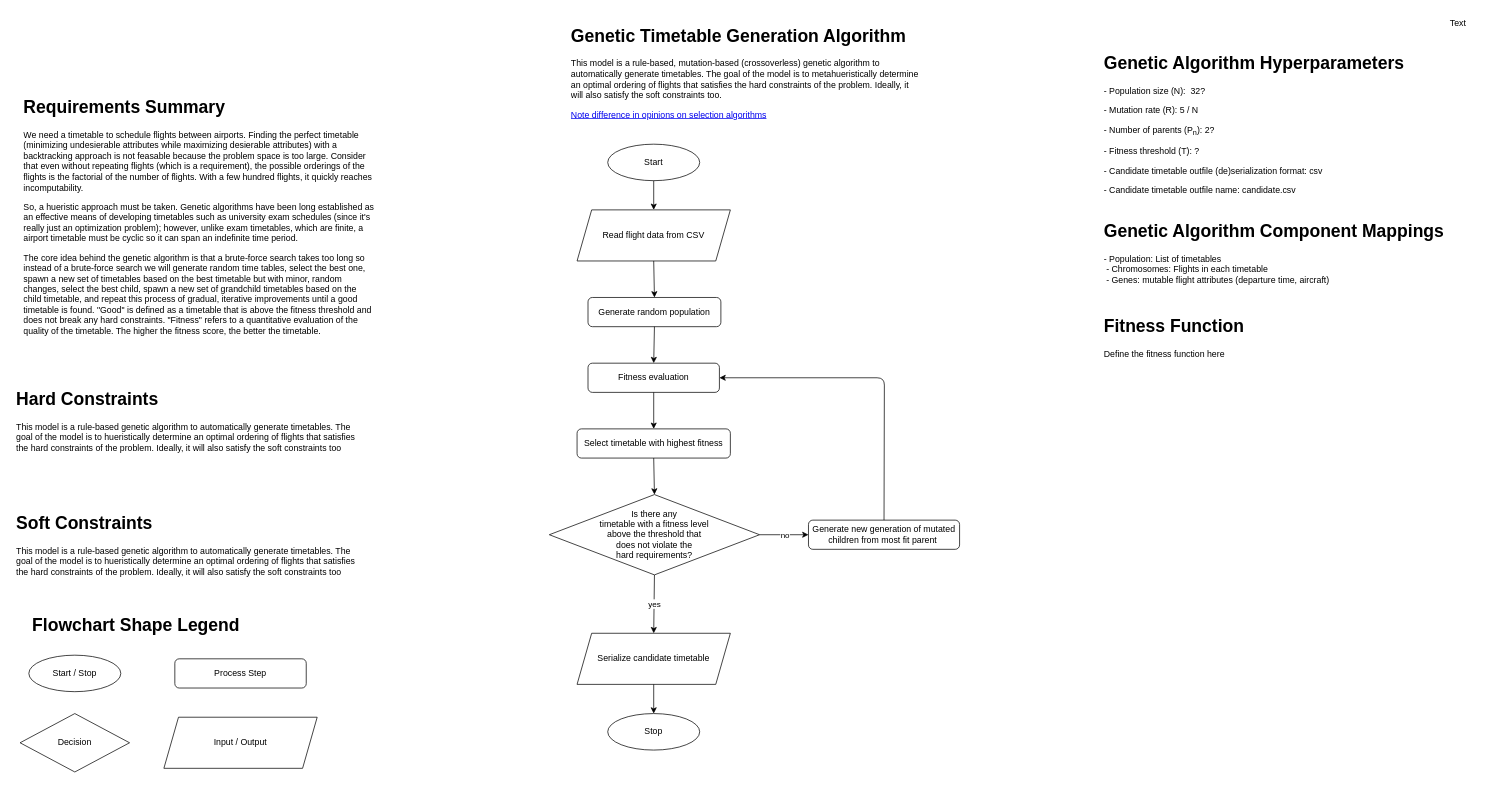
Earlier version of the draw.io diagram docs/diagrams/genetic_algorithm.drawio (CoreyMLawrence/Comfort-Airlines). Source tidied: cells renumbered, new cells numbered last; positions are measured from the earlier drawing's top-left corner, leaving out a move shared by most shapes. Both pictures are drawn from the tidied source at 73%, with x=0, y=0 at pixel (12, 12).
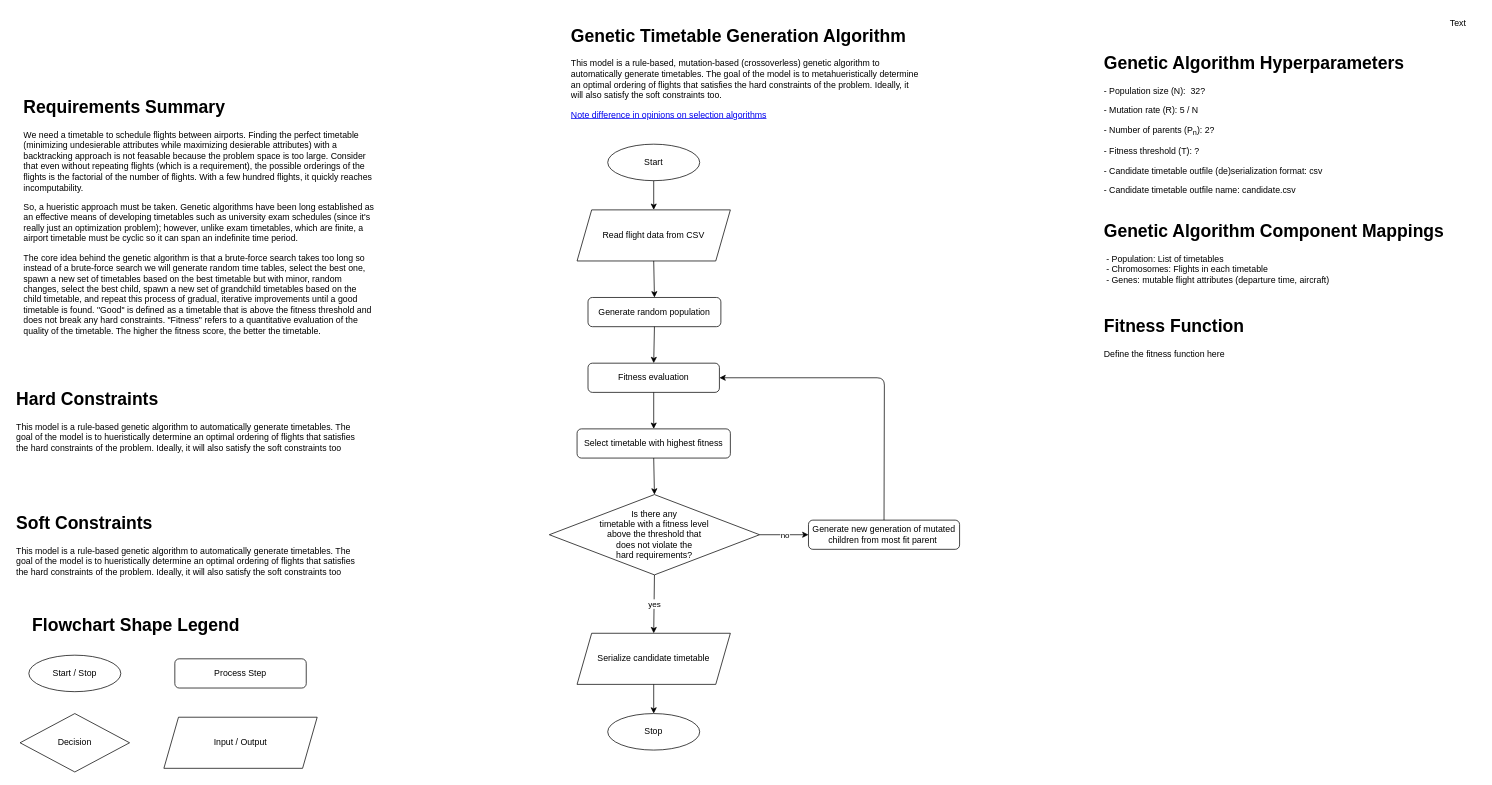
The same page after the edit.

Commit message (it also covers changes not shown here):
updated greedy algorithm diagram

What changed in the source:
```diff
@@
-    <mxCell id="28" value="&lt;h1&gt;Genetic Algorithm Component Mappings&lt;/h1&gt;&lt;div&gt;- Population: List of timetables&lt;br&gt;&amp;nbsp;- Chromosomes: Flights in each timetable&lt;br&gt;&amp;nbsp;- Genes: mutable flight attributes (departure time, aircraft)&lt;br&gt;&lt;/div&gt;" style="text;html=1;strokeColor=none;fillColor=none;spacing=5;spacingTop=-20;whiteSpace=wrap;overflow=hidden;rounded=0;" parent="1" vertex="1">
+    <mxCell id="28" value="&lt;h1&gt;Genetic Algorithm Component Mappings&lt;/h1&gt;&lt;div&gt;&amp;nbsp;- Population: List of timetables&lt;br&gt;&amp;nbsp;- Chromosomes: Flights in each timetable&lt;br&gt;&amp;nbsp;- Genes: mutable flight attributes (departure time, aircraft)&lt;br&gt;&lt;/div&gt;" style="text;html=1;strokeColor=none;fillColor=none;spacing=5;spacingTop=-20;whiteSpace=wrap;overflow=hidden;rounded=0;" parent="1" vertex="1">
       <mxGeometry x="1490" y="280" width="490" height="100" as="geometry" />
     </mxCell>
```
